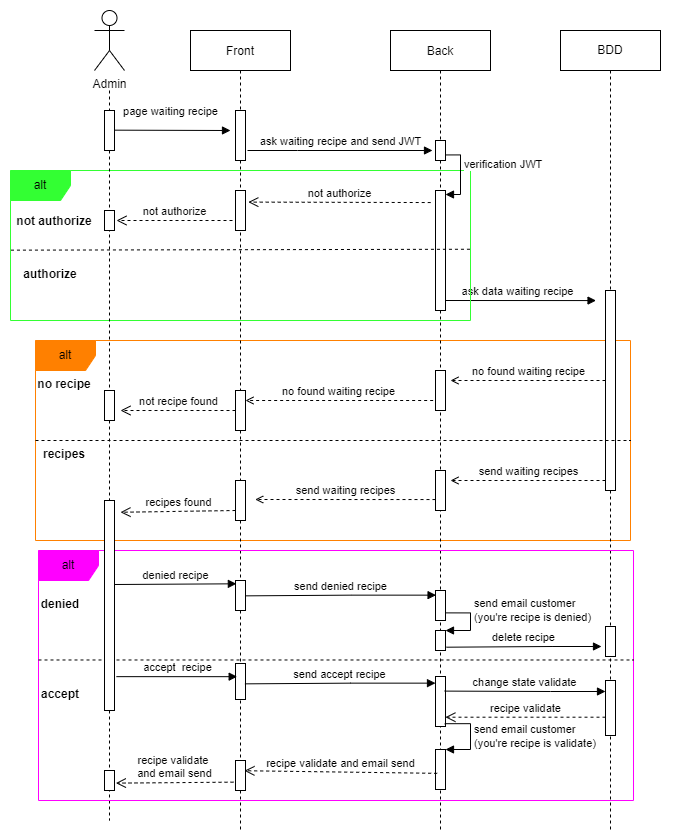
Cuistonaute/Modelisation-UML keeps this draw.io diagram as Documentation-diagrams/diagrams-img/sequenceDiagramValidateRecipe.png. Above is the earlier version. Source tidied: cells renumbered, new cells last; positions are measured from the earlier drawing's top-left corner, leaving out a move shared by most shapes. The source it was exported from:
```xml
<mxGraphModel>
  <root>
    <mxCell id="0" />
    <mxCell id="1" parent="0" />
    <mxCell id="2" style="whiteSpace=wrap;html=1;strokeColor=none;fillColor=#FFFFFF;" parent="1" vertex="1">
      <mxGeometry width="680" height="830" as="geometry" />
    </mxCell>
    <mxCell id="3" style="edgeStyle=orthogonalEdgeStyle;rounded=0;jettySize=auto;html=1;dashed=1;endArrow=none;endFill=0;startArrow=none;" parent="1" edge="1" source="60">
      <mxGeometry relative="1" as="geometry">
        <mxPoint x="109" y="820" as="targetPoint" />
      </mxGeometry>
    </mxCell>
    <mxCell id="4" value="alt" style="shape=umlFrame;whiteSpace=wrap;html=1;strokeColor=#FF8000;fillColor=#FF8000;" parent="1" vertex="1">
      <mxGeometry x="35" y="340" width="595" height="200" as="geometry" />
    </mxCell>
    <mxCell id="5" value="BDD" style="shape=umlLifeline;perimeter=lifelinePerimeter;whiteSpace=wrap;html=1;" parent="1" vertex="1">
      <mxGeometry x="560" y="30" width="100" height="800" as="geometry" />
    </mxCell>
    <mxCell id="6" value="Back" style="shape=umlLifeline;perimeter=lifelinePerimeter;rounded=0;shadow=0;strokeWidth=1;" parent="5" vertex="1">
      <mxGeometry x="-170" width="100" height="800" as="geometry" />
    </mxCell>
    <mxCell id="7" style="html=1;perimeter=orthogonalPerimeter;" parent="6" vertex="1">
      <mxGeometry x="45" y="110" width="10" height="20" as="geometry" />
    </mxCell>
    <mxCell id="8" style="html=1;perimeter=orthogonalPerimeter;" parent="6" vertex="1">
      <mxGeometry x="45" y="440" width="10" height="40" as="geometry" />
    </mxCell>
    <mxCell id="9" value="send waiting recipes" style="html=1;verticalAlign=bottom;endArrow=open;rounded=0;entryX=1.5;entryY=0.533;entryDx=0;entryDy=0;entryPerimeter=0;dashed=1;endFill=0;" parent="6" edge="1">
      <mxGeometry relative="1" as="geometry">
        <mxPoint x="45" y="469" as="sourcePoint" />
        <mxPoint x="-135.3" y="469" as="targetPoint" />
      </mxGeometry>
    </mxCell>
    <mxCell id="10" style="html=1;points=[];perimeter=orthogonalPerimeter;" parent="6" vertex="1">
      <mxGeometry x="45" y="560" width="10" height="30" as="geometry" />
    </mxCell>
    <mxCell id="11" value="Front" style="shape=umlLifeline;perimeter=lifelinePerimeter;rounded=0;shadow=0;strokeWidth=1;" parent="5" vertex="1">
      <mxGeometry x="-370" width="100" height="800" as="geometry" />
    </mxCell>
    <mxCell id="12" style="html=1;perimeter=orthogonalPerimeter;" parent="11" vertex="1">
      <mxGeometry x="45" y="80" width="10" height="50" as="geometry" />
    </mxCell>
    <mxCell id="13" style="html=1;perimeter=orthogonalPerimeter;strokeColor=#000000;fillColor=default;" parent="11" vertex="1">
      <mxGeometry x="45" y="360" width="10" height="40" as="geometry" />
    </mxCell>
    <mxCell id="14" style="html=1;perimeter=orthogonalPerimeter;" parent="11" vertex="1">
      <mxGeometry x="45" y="450" width="10" height="40" as="geometry" />
    </mxCell>
    <mxCell id="15" value="recipes found" style="html=1;verticalAlign=bottom;endArrow=open;endSize=8;rounded=0;endFill=0;dashed=1;entryX=1.6;entryY=0.056;entryDx=0;entryDy=0;entryPerimeter=0;" parent="11" edge="1" target="60">
      <mxGeometry relative="1" as="geometry">
        <mxPoint x="45" y="480" as="sourcePoint" />
      </mxGeometry>
    </mxCell>
    <mxCell id="16" value="alt" style="shape=umlFrame;whiteSpace=wrap;html=1;fillColor=#FF00FF;strokeColor=#FF00FF;" parent="11" vertex="1">
      <mxGeometry x="-152" y="520" width="595" height="250" as="geometry" />
    </mxCell>
    <mxCell id="17" style="endArrow=none;startArrow=none;endFill=0;startFill=0;html=1;rounded=0;dashed=1;exitX=0;exitY=0.377;exitDx=0;exitDy=0;exitPerimeter=0;entryX=1;entryY=0.377;entryDx=0;entryDy=0;entryPerimeter=0;" parent="11" edge="1">
      <mxGeometry relative="1" as="geometry">
        <mxPoint x="-152" y="629.5" as="sourcePoint" />
        <mxPoint x="443" y="629.5" as="targetPoint" />
      </mxGeometry>
    </mxCell>
    <mxCell id="18" style="html=1;perimeter=orthogonalPerimeter;" parent="11" vertex="1">
      <mxGeometry x="45" y="550" width="10" height="30" as="geometry" />
    </mxCell>
    <mxCell id="19" style="html=1;perimeter=orthogonalPerimeter;" parent="11" vertex="1">
      <mxGeometry x="415" y="596" width="10" height="30" as="geometry" />
    </mxCell>
    <mxCell id="20" style="html=1;points=[];perimeter=orthogonalPerimeter;" parent="11" vertex="1">
      <mxGeometry x="245" y="600" width="10" height="20" as="geometry" />
    </mxCell>
    <mxCell id="21" value="accept" style="text;align=center;fontStyle=1;verticalAlign=middle;spacingLeft=3;spacingRight=3;strokeColor=none;" parent="11" vertex="1">
      <mxGeometry x="-170" y="650" width="80" height="26" as="geometry" />
    </mxCell>
    <mxCell id="22" style="html=1;perimeter=orthogonalPerimeter;" parent="11" vertex="1">
      <mxGeometry x="45" y="633" width="10" height="36" as="geometry" />
    </mxCell>
    <mxCell id="23" value="send accept recipe" style="html=1;verticalAlign=bottom;endArrow=block;rounded=0;exitX=0.943;exitY=0.69;exitDx=0;exitDy=0;exitPerimeter=0;" parent="11" edge="1">
      <mxGeometry relative="1" as="geometry">
        <mxPoint x="54.4" y="653.3" as="sourcePoint" />
        <mxPoint x="245" y="652.7" as="targetPoint" />
        <Array as="points">
          <mxPoint x="160" y="652.6" />
        </Array>
      </mxGeometry>
    </mxCell>
    <mxCell id="24" style="html=1;points=[];perimeter=orthogonalPerimeter;" parent="11" vertex="1">
      <mxGeometry x="245" y="646" width="10" height="50" as="geometry" />
    </mxCell>
    <mxCell id="25" style="html=1;points=[];perimeter=orthogonalPerimeter;" parent="11" vertex="1">
      <mxGeometry x="415" y="650" width="10" height="55" as="geometry" />
    </mxCell>
    <mxCell id="26" value="change state validate" style="html=1;verticalAlign=bottom;endArrow=block;rounded=0;exitX=0.917;exitY=0.292;exitDx=0;exitDy=0;exitPerimeter=0;" parent="11" edge="1" source="24">
      <mxGeometry relative="1" as="geometry">
        <mxPoint x="415" y="661" as="targetPoint" />
        <Array as="points">
          <mxPoint x="360" y="661" />
        </Array>
      </mxGeometry>
    </mxCell>
    <mxCell id="27" value="recipe validate" style="html=1;verticalAlign=bottom;endArrow=open;dashed=1;endSize=8;rounded=0;entryX=0.99;entryY=0.814;entryDx=0;entryDy=0;entryPerimeter=0;" parent="11" edge="1" source="25" target="24">
      <mxGeometry relative="1" as="geometry" />
    </mxCell>
    <mxCell id="28" style="html=1;points=[];perimeter=orthogonalPerimeter;" parent="11" vertex="1">
      <mxGeometry x="45" y="730" width="10" height="30" as="geometry" />
    </mxCell>
    <mxCell id="29" value="recipe validate &lt;br&gt;and email send" style="html=1;verticalAlign=bottom;endArrow=open;dashed=1;endSize=8;rounded=0;entryX=1.138;entryY=0.631;entryDx=0;entryDy=0;entryPerimeter=0;exitX=-0.2;exitY=0.722;exitDx=0;exitDy=0;exitPerimeter=0;" parent="11" edge="1" source="28" target="30">
      <mxGeometry relative="1" as="geometry" />
    </mxCell>
    <mxCell id="30" style="html=1;points=[];perimeter=orthogonalPerimeter;" parent="11" vertex="1">
      <mxGeometry x="-86" y="740" width="10" height="20" as="geometry" />
    </mxCell>
    <mxCell id="31" value="ask waiting recipe and send JWT" style="html=1;verticalAlign=bottom;endArrow=block;rounded=0;" parent="5" edge="1">
      <mxGeometry relative="1" as="geometry">
        <mxPoint x="-313" y="120" as="sourcePoint" />
        <mxPoint x="-128" y="120" as="targetPoint" />
        <Array as="points">
          <mxPoint x="-263" y="120" />
        </Array>
      </mxGeometry>
    </mxCell>
    <mxCell id="32" value="ask data waiting recipe" style="html=1;verticalAlign=bottom;endArrow=block;rounded=0;entryX=0.055;entryY=0.039;entryDx=0;entryDy=0;entryPerimeter=0;" parent="5" edge="1">
      <mxGeometry relative="1" as="geometry">
        <mxPoint x="-120" y="270" as="sourcePoint" />
        <mxPoint x="35.5" y="270.1" as="targetPoint" />
      </mxGeometry>
    </mxCell>
    <mxCell id="33" style="html=1;perimeter=orthogonalPerimeter;" parent="5" vertex="1">
      <mxGeometry x="45" y="260" width="10" height="200" as="geometry" />
    </mxCell>
    <mxCell id="34" value="send email customer&lt;br&gt;(you're recipe is denied)" style="edgeStyle=orthogonalEdgeStyle;html=1;align=left;spacingLeft=2;endArrow=block;rounded=0;entryX=1;entryY=0;exitX=1.004;exitY=0.746;exitDx=0;exitDy=0;exitPerimeter=0;" parent="5" edge="1" source="10" target="20">
      <mxGeometry x="-0.26" y="2" relative="1" as="geometry">
        <Array as="points">
          <mxPoint x="-90" y="582" />
          <mxPoint x="-90" y="600" />
        </Array>
        <mxPoint x="-2" y="-2" as="offset" />
      </mxGeometry>
    </mxCell>
    <mxCell id="35" value="Admin" style="shape=umlActor;verticalLabelPosition=bottom;verticalAlign=top;html=1;" parent="1" vertex="1">
      <mxGeometry x="94" y="10" width="30" height="60" as="geometry" />
    </mxCell>
    <mxCell id="36" value="alt" style="shape=umlFrame;whiteSpace=wrap;html=1;fillColor=#33FF33;strokeColor=#33FF33;" parent="1" vertex="1">
      <mxGeometry x="10" y="170" width="460" height="150" as="geometry" />
    </mxCell>
    <mxCell id="37" value="page waiting recipe" style="html=1;verticalAlign=bottom;endArrow=block;rounded=0;" parent="1" edge="1">
      <mxGeometry x="-0.04" y="10" relative="1" as="geometry">
        <mxPoint x="114" y="129.7" as="sourcePoint" />
        <mxPoint x="230" y="130" as="targetPoint" />
      </mxGeometry>
    </mxCell>
    <mxCell id="38" value="not recipe found" style="html=1;verticalAlign=bottom;endArrow=open;endSize=8;rounded=0;endFill=0;dashed=1;entryX=1.6;entryY=0.667;entryDx=0;entryDy=0;entryPerimeter=0;" parent="1" edge="1" target="65">
      <mxGeometry relative="1" as="geometry">
        <mxPoint x="235" y="410" as="sourcePoint" />
      </mxGeometry>
    </mxCell>
    <mxCell id="39" value="no found waiting recipe" style="html=1;verticalAlign=bottom;endArrow=open;rounded=0;dashed=1;endFill=0;entryX=1.5;entryY=0.25;entryDx=0;entryDy=0;entryPerimeter=0;" parent="1" edge="1" target="59">
      <mxGeometry relative="1" as="geometry">
        <mxPoint x="605" y="380" as="sourcePoint" />
      </mxGeometry>
    </mxCell>
    <mxCell id="40" value="no found waiting recipe" style="html=1;verticalAlign=bottom;endArrow=open;rounded=0;dashed=1;endFill=0;" parent="1" edge="1">
      <mxGeometry relative="1" as="geometry">
        <mxPoint x="432.6" y="400" as="sourcePoint" />
        <mxPoint x="245" y="400" as="targetPoint" />
      </mxGeometry>
    </mxCell>
    <mxCell id="41" style="endArrow=none;startArrow=none;endFill=0;startFill=0;html=1;rounded=0;exitX=0.001;exitY=0.791;exitDx=0;exitDy=0;exitPerimeter=0;dashed=1;" parent="1" edge="1">
      <mxGeometry relative="1" as="geometry">
        <mxPoint x="35" y="440" as="sourcePoint" />
        <mxPoint x="630" y="440" as="targetPoint" />
      </mxGeometry>
    </mxCell>
    <mxCell id="42" value="no recipe" style="text;align=center;fontStyle=1;verticalAlign=middle;spacingLeft=3;spacingRight=3;strokeColor=none;" parent="1" vertex="1">
      <mxGeometry x="24" y="370" width="80" height="26" as="geometry" />
    </mxCell>
    <mxCell id="43" value="recipes" style="text;align=center;fontStyle=1;verticalAlign=middle;spacingLeft=3;spacingRight=3;strokeColor=none;" parent="1" vertex="1">
      <mxGeometry x="24" y="440" width="80" height="26" as="geometry" />
    </mxCell>
    <mxCell id="44" value="send waiting recipes" style="html=1;verticalAlign=bottom;endArrow=open;rounded=0;endFill=0;dashed=1;" parent="1" edge="1">
      <mxGeometry relative="1" as="geometry">
        <mxPoint x="605" y="480" as="sourcePoint" />
        <mxPoint x="450" y="480" as="targetPoint" />
      </mxGeometry>
    </mxCell>
    <mxCell id="45" value="denied recipe" style="html=1;verticalAlign=bottom;endArrow=block;rounded=0;entryX=0.086;entryY=0.31;entryDx=0;entryDy=0;entryPerimeter=0;" parent="1" edge="1">
      <mxGeometry relative="1" as="geometry">
        <mxPoint x="114" y="584" as="sourcePoint" />
        <mxPoint x="235.9" y="583.3" as="targetPoint" />
      </mxGeometry>
    </mxCell>
    <mxCell id="46" value="accept&amp;nbsp; recipe" style="html=1;verticalAlign=bottom;endArrow=block;rounded=0;entryX=0.167;entryY=0.227;entryDx=0;entryDy=0;entryPerimeter=0;exitX=1.183;exitY=0.815;exitDx=0;exitDy=0;exitPerimeter=0;" parent="1" edge="1">
      <mxGeometry relative="1" as="geometry">
        <mxPoint x="115.8" y="676.2" as="sourcePoint" />
        <mxPoint x="236.7" y="676.2" as="targetPoint" />
      </mxGeometry>
    </mxCell>
    <mxCell id="47" value="delete recipe" style="html=1;verticalAlign=bottom;endArrow=block;rounded=0;exitX=0.943;exitY=0.69;exitDx=0;exitDy=0;exitPerimeter=0;" parent="1" edge="1">
      <mxGeometry relative="1" as="geometry">
        <mxPoint x="446" y="646.7" as="sourcePoint" />
        <mxPoint x="601" y="646" as="targetPoint" />
        <Array as="points">
          <mxPoint x="551.6" y="646" />
        </Array>
      </mxGeometry>
    </mxCell>
    <mxCell id="48" style="html=1;points=[];perimeter=orthogonalPerimeter;" parent="1" vertex="1">
      <mxGeometry x="435" y="749" width="10" height="40" as="geometry" />
    </mxCell>
    <mxCell id="49" value="send email customer&lt;br&gt;(you're recipe is validate)" style="edgeStyle=orthogonalEdgeStyle;html=1;align=left;spacingLeft=2;endArrow=block;rounded=0;entryX=1;entryY=0;exitX=0.92;exitY=0.944;exitDx=0;exitDy=0;exitPerimeter=0;" parent="1" edge="1" source="24" target="48">
      <mxGeometry relative="1" as="geometry">
        <Array as="points">
          <mxPoint x="470" y="723" />
          <mxPoint x="470" y="749" />
        </Array>
      </mxGeometry>
    </mxCell>
    <mxCell id="50" value="recipe validate and email send" style="html=1;verticalAlign=bottom;endArrow=open;dashed=1;endSize=8;rounded=0;entryX=0.895;entryY=0.341;entryDx=0;entryDy=0;entryPerimeter=0;exitX=0.167;exitY=0.596;exitDx=0;exitDy=0;exitPerimeter=0;" parent="1" edge="1" source="48" target="28">
      <mxGeometry relative="1" as="geometry" />
    </mxCell>
    <mxCell id="51" style="html=1;perimeter=orthogonalPerimeter;strokeColor=#000000;fillColor=#FFFFFF;" parent="1" vertex="1">
      <mxGeometry x="435" y="190" width="10" height="120" as="geometry" />
    </mxCell>
    <mxCell id="52" value="verification JWT" style="edgeStyle=orthogonalEdgeStyle;html=1;align=left;spacingLeft=2;endArrow=block;rounded=0;entryX=1;entryY=0;exitX=1.011;exitY=0.522;exitDx=0;exitDy=0;exitPerimeter=0;" parent="1" edge="1">
      <mxGeometry x="-0.3" relative="1" as="geometry">
        <mxPoint x="445.1" y="154.4" as="sourcePoint" />
        <mxPoint x="445" y="194" as="targetPoint" />
        <Array as="points">
          <mxPoint x="460" y="154" />
          <mxPoint x="460" y="194" />
        </Array>
      </mxGeometry>
    </mxCell>
    <mxCell id="53" value="not authorize" style="html=1;verticalAlign=bottom;endArrow=open;dashed=1;endSize=8;rounded=0;exitX=0.832;exitY=0.267;exitDx=0;exitDy=0;exitPerimeter=0;entryX=1.28;entryY=0.49;entryDx=0;entryDy=0;entryPerimeter=0;" parent="1" edge="1">
      <mxGeometry relative="1" as="geometry">
        <mxPoint x="430.2" y="202" as="sourcePoint" />
        <mxPoint x="247.8" y="201.6" as="targetPoint" />
      </mxGeometry>
    </mxCell>
    <mxCell id="54" style="html=1;perimeter=orthogonalPerimeter;strokeColor=#000000;fillColor=#FFFFFF;" parent="1" vertex="1">
      <mxGeometry x="235" y="190" width="10" height="40" as="geometry" />
    </mxCell>
    <mxCell id="55" value="not authorize" style="html=1;verticalAlign=bottom;endArrow=open;dashed=1;endSize=8;rounded=0;entryX=1.28;entryY=0.49;entryDx=0;entryDy=0;entryPerimeter=0;" parent="1" edge="1">
      <mxGeometry relative="1" as="geometry">
        <mxPoint x="232" y="220" as="sourcePoint" />
        <mxPoint x="116" y="220" as="targetPoint" />
      </mxGeometry>
    </mxCell>
    <mxCell id="56" style="endArrow=none;dashed=1;html=1;rounded=0;exitX=0.001;exitY=0.531;exitDx=0;exitDy=0;exitPerimeter=0;entryX=1.002;entryY=0.525;entryDx=0;entryDy=0;entryPerimeter=0;" parent="1" edge="1" source="36" target="36">
      <mxGeometry relative="1" as="geometry" />
    </mxCell>
    <mxCell id="57" value="not authorize" style="text;align=center;fontStyle=1;verticalAlign=middle;spacingLeft=3;spacingRight=3;strokeColor=none;fillColor=none;" parent="1" vertex="1">
      <mxGeometry x="14" y="207" width="80" height="26" as="geometry" />
    </mxCell>
    <mxCell id="58" value="authorize" style="text;align=center;fontStyle=1;verticalAlign=middle;spacingLeft=3;spacingRight=3;strokeColor=none;fillColor=none;" parent="1" vertex="1">
      <mxGeometry x="10" y="260" width="80" height="26" as="geometry" />
    </mxCell>
    <mxCell id="59" style="html=1;points=[];perimeter=orthogonalPerimeter;strokeColor=#000000;fillColor=default;" parent="1" vertex="1">
      <mxGeometry x="435" y="370" width="10" height="40" as="geometry" />
    </mxCell>
    <mxCell id="60" style="html=1;points=[];perimeter=orthogonalPerimeter;" parent="1" vertex="1">
      <mxGeometry x="104" y="500" width="10" height="210" as="geometry" />
    </mxCell>
    <mxCell id="61" style="edgeStyle=orthogonalEdgeStyle;rounded=0;jettySize=auto;html=1;dashed=1;endArrow=none;endFill=0;" parent="1" edge="1" target="60">
      <mxGeometry relative="1" as="geometry">
        <mxPoint x="109" y="90" as="sourcePoint" />
      </mxGeometry>
    </mxCell>
    <mxCell id="62" value="send denied recipe" style="html=1;verticalAlign=bottom;endArrow=block;rounded=0;exitX=0.943;exitY=0.69;exitDx=0;exitDy=0;exitPerimeter=0;" parent="1" edge="1">
      <mxGeometry relative="1" as="geometry">
        <mxPoint x="245" y="595.4" as="sourcePoint" />
        <mxPoint x="435.6" y="594.6" as="targetPoint" />
        <Array as="points">
          <mxPoint x="350.6" y="594.6" />
        </Array>
      </mxGeometry>
    </mxCell>
    <mxCell id="63" style="html=1;perimeter=orthogonalPerimeter;strokeColor=#000000;fillColor=#FFFFFF;" parent="1" vertex="1">
      <mxGeometry x="104" y="210" width="10" height="20" as="geometry" />
    </mxCell>
    <mxCell id="64" style="html=1;perimeter=orthogonalPerimeter;" parent="1" vertex="1">
      <mxGeometry x="104" y="110" width="10" height="40" as="geometry" />
    </mxCell>
    <mxCell id="65" style="html=1;points=[];perimeter=orthogonalPerimeter;" parent="1" vertex="1">
      <mxGeometry x="104" y="390" width="10" height="30" as="geometry" />
    </mxCell>
    <mxCell id="66" value="denied" style="text;align=center;fontStyle=1;verticalAlign=middle;spacingLeft=3;spacingRight=3;strokeColor=none;" parent="1" vertex="1">
      <mxGeometry x="20" y="590" width="80" height="26" as="geometry" />
    </mxCell>
  </root>
</mxGraphModel>
```
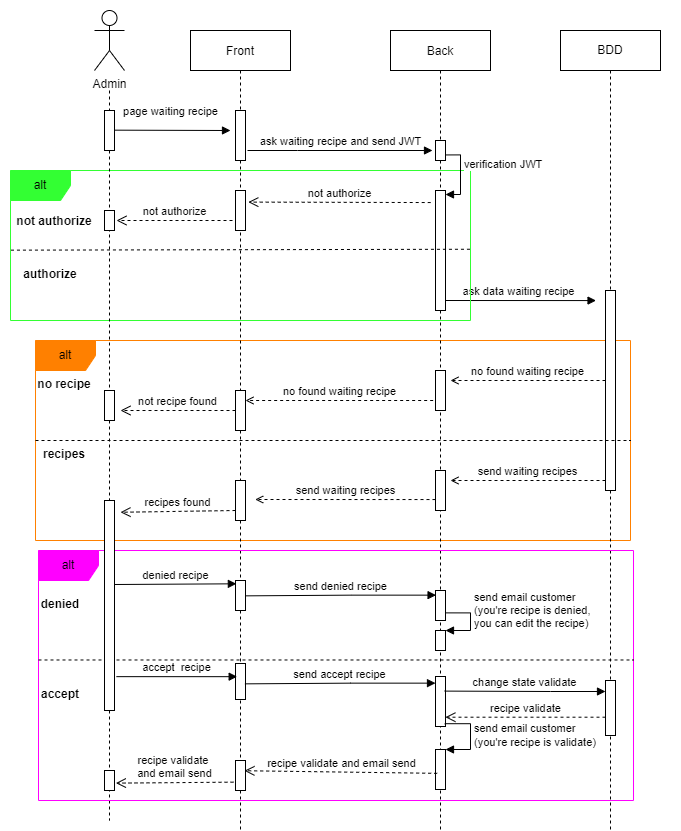
Later version of the same file.

Change to the diagram source:
```diff
@@ -63,9 +63,6 @@
     <mxCell id="18" style="html=1;perimeter=orthogonalPerimeter;" parent="11" vertex="1">
       <mxGeometry x="45" y="550" width="10" height="30" as="geometry" />
     </mxCell>
-    <mxCell id="19" style="html=1;perimeter=orthogonalPerimeter;" parent="11" vertex="1">
-      <mxGeometry x="415" y="596" width="10" height="30" as="geometry" />
-    </mxCell>
     <mxCell id="20" style="html=1;points=[];perimeter=orthogonalPerimeter;" parent="11" vertex="1">
       <mxGeometry x="245" y="600" width="10" height="20" as="geometry" />
     </mxCell>
@@ -128,7 +125,7 @@
     <mxCell id="33" style="html=1;perimeter=orthogonalPerimeter;" parent="5" vertex="1">
       <mxGeometry x="45" y="260" width="10" height="200" as="geometry" />
     </mxCell>
-    <mxCell id="34" value="send email customer&lt;br&gt;(you're recipe is denied)" style="edgeStyle=orthogonalEdgeStyle;html=1;align=left;spacingLeft=2;endArrow=block;rounded=0;entryX=1;entryY=0;exitX=1.004;exitY=0.746;exitDx=0;exitDy=0;exitPerimeter=0;" parent="5" edge="1" source="10" target="20">
+    <mxCell id="34" value="send email customer&lt;br&gt;(you're recipe is denied,&lt;br&gt;you can edit the recipe)" style="edgeStyle=orthogonalEdgeStyle;html=1;align=left;spacingLeft=2;endArrow=block;rounded=0;entryX=1;entryY=0;exitX=1.004;exitY=0.746;exitDx=0;exitDy=0;exitPerimeter=0;" parent="5" edge="1" source="10" target="20">
       <mxGeometry x="-0.26" y="2" relative="1" as="geometry">
         <Array as="points">
           <mxPoint x="-90" y="582" />
@@ -195,15 +192,6 @@
         <mxPoint x="236.7" y="676.2" as="targetPoint" />
       </mxGeometry>
     </mxCell>
-    <mxCell id="47" value="delete recipe" style="html=1;verticalAlign=bottom;endArrow=block;rounded=0;exitX=0.943;exitY=0.69;exitDx=0;exitDy=0;exitPerimeter=0;" parent="1" edge="1">
-      <mxGeometry relative="1" as="geometry">
-        <mxPoint x="446" y="646.7" as="sourcePoint" />
-        <mxPoint x="601" y="646" as="targetPoint" />
-        <Array as="points">
-          <mxPoint x="551.6" y="646" />
-        </Array>
-      </mxGeometry>
-    </mxCell>
     <mxCell id="48" style="html=1;points=[];perimeter=orthogonalPerimeter;" parent="1" vertex="1">
       <mxGeometry x="435" y="749" width="10" height="40" as="geometry" />
     </mxCell>
```
